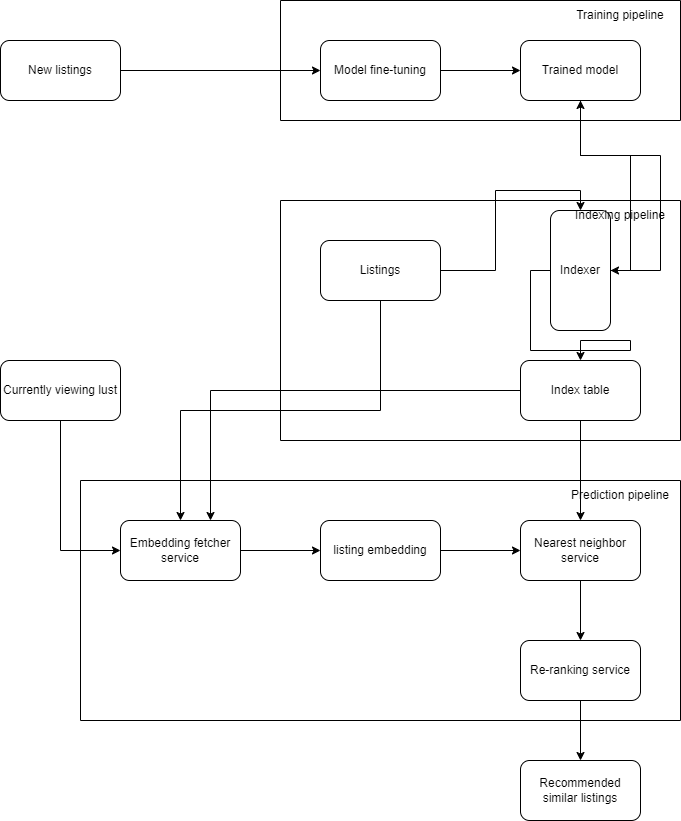
riehseun/riehseun.github.io keeps this draw.io diagram as machine-learning/machine-learning-system-design/similar-listings-on-vacation-rental-platform1.png. Above is the earlier version. Source tidied: cells renumbered, new cells last; positions are measured from the earlier drawing's top-left corner, leaving out a move shared by most shapes.
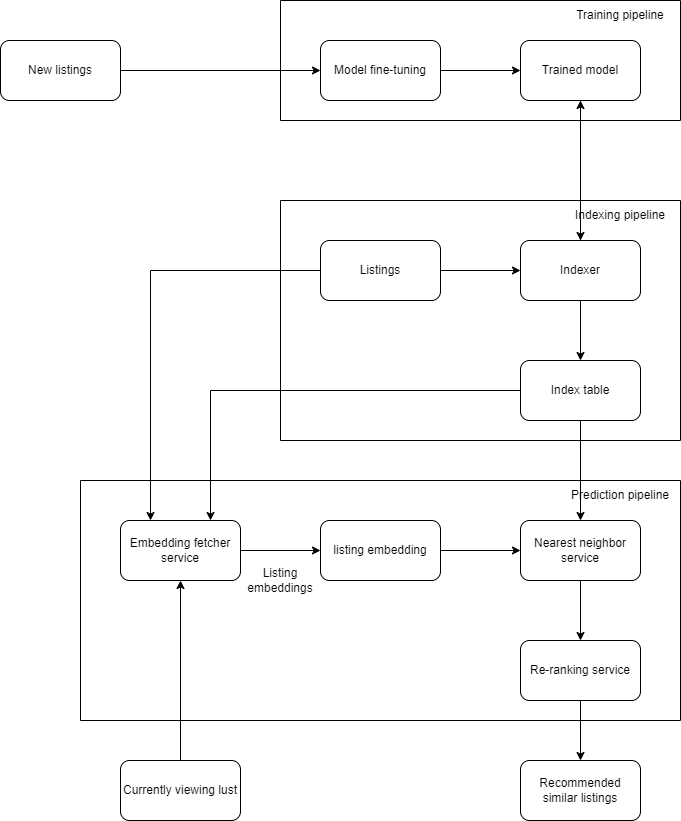
Above is the later version.

Change to the diagram source:
```diff
@@ -26,17 +26,17 @@
     <mxCell id="9" style="swimlane;startSize=0;" parent="1" vertex="1">
       <mxGeometry x="280" y="200" width="400" height="240" as="geometry" />
     </mxCell>
-    <mxCell id="10" style="edgeStyle=orthogonalEdgeStyle;rounded=0;jettySize=auto;html=1;exitX=1;exitY=0.5;exitDx=0;exitDy=0;entryX=0;entryY=0.5;entryDx=0;entryDy=0;" parent="9" edge="1" source="11" target="13">
+    <mxCell id="10" style="edgeStyle=orthogonalEdgeStyle;rounded=0;jettySize=auto;html=1;exitX=1;exitY=0.5;exitDx=0;exitDy=0;entryX=0.5;entryY=1;entryDx=0;entryDy=0;" parent="9" edge="1" source="11" target="13">
       <mxGeometry relative="1" as="geometry" />
     </mxCell>
     <mxCell id="11" value="Listings" style="rounded=1;whiteSpace=wrap;html=1;" parent="9" vertex="1">
       <mxGeometry x="40" y="40" width="120" height="60" as="geometry" />
     </mxCell>
-    <mxCell id="12" style="edgeStyle=orthogonalEdgeStyle;rounded=0;jettySize=auto;html=1;exitX=0.5;exitY=1;exitDx=0;exitDy=0;" parent="9" edge="1" source="13" target="14">
+    <mxCell id="12" style="edgeStyle=orthogonalEdgeStyle;rounded=0;jettySize=auto;html=1;exitX=1;exitY=0.5;exitDx=0;exitDy=0;entryX=0.5;entryY=0;entryDx=0;entryDy=0;" parent="9" edge="1" source="13" target="14">
       <mxGeometry relative="1" as="geometry" />
     </mxCell>
     <mxCell id="13" value="Indexer" style="rounded=1;whiteSpace=wrap;html=1;direction=south;" parent="9" vertex="1">
-      <mxGeometry x="270" y="10" width="60" height="120" as="geometry" />
+      <mxGeometry x="240" y="40" width="120" height="60" as="geometry" />
     </mxCell>
     <mxCell id="14" value="Index table" style="rounded=1;whiteSpace=wrap;html=1;" parent="9" vertex="1">
       <mxGeometry x="240" y="160" width="120" height="60" as="geometry" />
@@ -71,32 +71,35 @@
     <mxCell id="24" value="Prediction pipeline" style="text;html=1;align=center;verticalAlign=middle;whiteSpace=wrap;rounded=0;" parent="16" vertex="1">
       <mxGeometry x="480" width="120" height="30" as="geometry" />
     </mxCell>
+    <mxCell id="34" value="Listing embeddings" style="text;html=1;align=center;verticalAlign=middle;whiteSpace=wrap;rounded=0;" parent="16" vertex="1">
+      <mxGeometry x="160" y="80" width="80" height="40" as="geometry" />
+    </mxCell>
     <mxCell id="25" value="Recommended similar listings" style="rounded=1;whiteSpace=wrap;html=1;" parent="1" vertex="1">
       <mxGeometry x="520" y="760" width="120" height="60" as="geometry" />
     </mxCell>
-    <mxCell id="26" style="edgeStyle=orthogonalEdgeStyle;rounded=0;jettySize=auto;html=1;exitX=0.5;exitY=1;exitDx=0;exitDy=0;entryX=0;entryY=0.5;entryDx=0;entryDy=0;" parent="1" edge="1" source="27" target="18">
+    <mxCell id="26" style="edgeStyle=orthogonalEdgeStyle;rounded=0;jettySize=auto;html=1;exitX=0.5;exitY=0;exitDx=0;exitDy=0;" parent="1" edge="1" source="27" target="18">
       <mxGeometry relative="1" as="geometry" />
     </mxCell>
     <mxCell id="27" value="Currently viewing lust" style="rounded=1;whiteSpace=wrap;html=1;" parent="1" vertex="1">
-      <mxGeometry y="360" width="120" height="60" as="geometry" />
+      <mxGeometry x="120" y="760" width="120" height="60" as="geometry" />
     </mxCell>
+    <mxCell id="31" style="edgeStyle=orthogonalEdgeStyle;rounded=0;jettySize=auto;html=1;exitX=0;exitY=0.5;exitDx=0;exitDy=0;entryX=0.75;entryY=0;entryDx=0;entryDy=0;" parent="1" edge="1" source="14" target="18">
+      <mxGeometry relative="1" as="geometry" />
+    </mxCell>
+    <mxCell id="32" style="edgeStyle=orthogonalEdgeStyle;rounded=0;jettySize=auto;html=1;exitX=0.5;exitY=1;exitDx=0;exitDy=0;" parent="1" edge="1" source="14" target="22">
+      <mxGeometry relative="1" as="geometry" />
+    </mxCell>
+    <mxCell id="33" style="edgeStyle=orthogonalEdgeStyle;rounded=0;jettySize=auto;html=1;exitX=0.5;exitY=1;exitDx=0;exitDy=0;" parent="1" edge="1" source="23" target="25">
+      <mxGeometry relative="1" as="geometry" />
+    </mxCell>
-    <mxCell id="28" style="edgeStyle=orthogonalEdgeStyle;rounded=0;jettySize=auto;html=1;exitX=0.5;exitY=1;exitDx=0;exitDy=0;entryX=0.5;entryY=0;entryDx=0;entryDy=0;" parent="1" edge="1" source="7" target="13">
+    <mxCell id="28" style="edgeStyle=orthogonalEdgeStyle;rounded=0;jettySize=auto;html=1;exitX=0.5;exitY=1;exitDx=0;exitDy=0;" parent="1" edge="1" source="7" target="13">
       <mxGeometry relative="1" as="geometry" />
     </mxCell>
-    <mxCell id="29" style="edgeStyle=orthogonalEdgeStyle;rounded=0;jettySize=auto;html=1;exitX=0.5;exitY=0;exitDx=0;exitDy=0;" parent="1" edge="1" source="13" target="7">
+    <mxCell id="29" style="edgeStyle=orthogonalEdgeStyle;rounded=0;jettySize=auto;html=1;exitX=0;exitY=0.5;exitDx=0;exitDy=0;entryX=0.5;entryY=1;entryDx=0;entryDy=0;" parent="1" edge="1" source="13" target="7">
       <mxGeometry relative="1" as="geometry" />
     </mxCell>
-    <mxCell id="30" style="edgeStyle=orthogonalEdgeStyle;rounded=0;jettySize=auto;html=1;exitX=0.5;exitY=1;exitDx=0;exitDy=0;entryX=0.5;entryY=0;entryDx=0;entryDy=0;" parent="1" edge="1" source="11" target="18">
+    <mxCell id="30" style="edgeStyle=orthogonalEdgeStyle;rounded=0;jettySize=auto;html=1;exitX=0;exitY=0.5;exitDx=0;exitDy=0;entryX=0.25;entryY=0;entryDx=0;entryDy=0;" parent="1" edge="1" source="11" target="18">
       <mxGeometry relative="1" as="geometry" />
     </mxCell>
-    <mxCell id="31" style="edgeStyle=orthogonalEdgeStyle;rounded=0;jettySize=auto;html=1;exitX=0;exitY=0.5;exitDx=0;exitDy=0;entryX=0.75;entryY=0;entryDx=0;entryDy=0;" parent="1" edge="1" source="14" target="18">
-      <mxGeometry relative="1" as="geometry" />
-    </mxCell>
-    <mxCell id="32" style="edgeStyle=orthogonalEdgeStyle;rounded=0;jettySize=auto;html=1;exitX=0.5;exitY=1;exitDx=0;exitDy=0;" parent="1" edge="1" source="14" target="22">
-      <mxGeometry relative="1" as="geometry" />
-    </mxCell>
-    <mxCell id="33" style="edgeStyle=orthogonalEdgeStyle;rounded=0;jettySize=auto;html=1;exitX=0.5;exitY=1;exitDx=0;exitDy=0;" parent="1" edge="1" source="23" target="25">
-      <mxGeometry relative="1" as="geometry" />
-    </mxCell>
   </root>
 </mxGraphModel>
```
